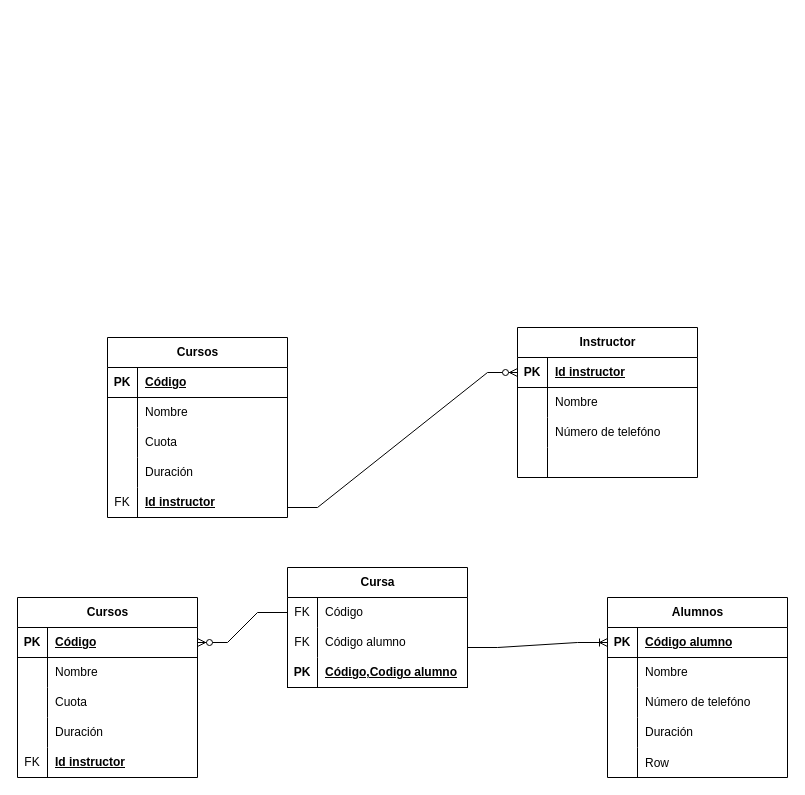
Above: MRej1.drawio in kevinld93/Diagramas (draw.io), before the change. Source tidied: cells renumbered, new cells numbered last; positions are measured from the earlier drawing's top-left corner, leaving out a move shared by most shapes. Both pictures are drawn from the tidied source at 100%, with x=0, y=0 at pixel (17, 327).
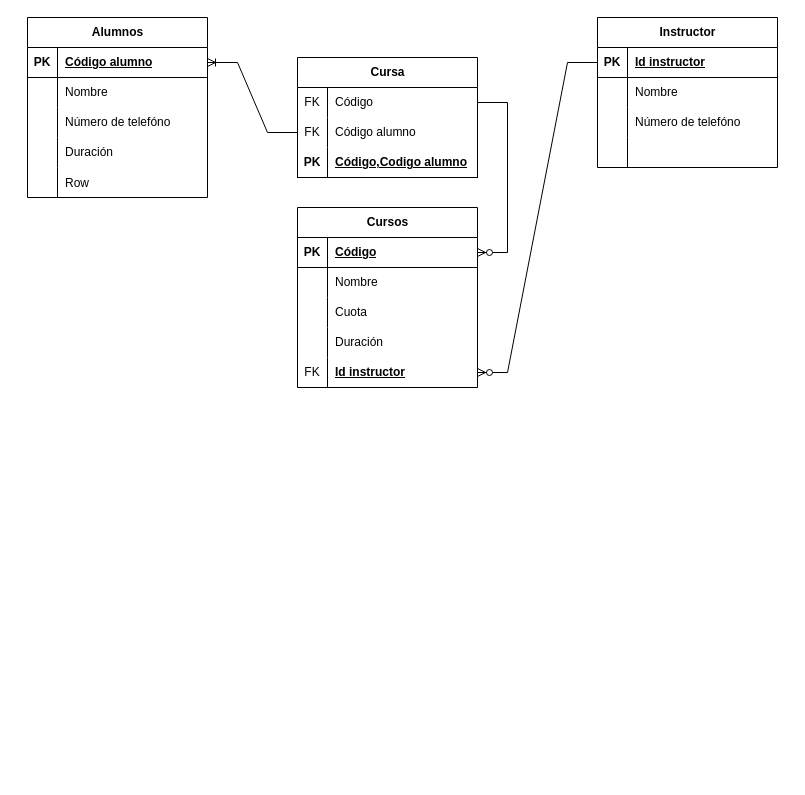
Above is the later version.

The change refers to these unchanged cells:
```xml
<mxCell id="3" style="shape=tableRow;horizontal=0;startSize=0;swimlaneHead=0;swimlaneBody=0;fillColor=none;points=[[0,0.5],[1,0.5]];portConstraint=eastwest;top=0;left=0;right=0;bottom=1;" parent="2" vertex="1">
  <mxGeometry y="30" width="180" height="30" as="geometry" />
</mxCell>
<mxCell id="19" style="shape=tableRow;horizontal=0;startSize=0;swimlaneHead=0;swimlaneBody=0;fillColor=none;points=[[0,0.5],[1,0.5]];portConstraint=eastwest;top=0;left=0;right=0;bottom=1;" parent="18" vertex="1">
  <mxGeometry y="30" width="180" height="30" as="geometry" />
</mxCell>
<mxCell id="32" style="shape=tableRow;horizontal=0;startSize=0;swimlaneHead=0;swimlaneBody=0;fillColor=none;points=[[0,0.5],[1,0.5]];portConstraint=eastwest;top=0;left=0;right=0;bottom=1;" parent="31" vertex="1">
  <mxGeometry y="30" width="180" height="30" as="geometry" />
</mxCell>
<mxCell id="44" style="shape=tableRow;horizontal=0;startSize=0;swimlaneHead=0;swimlaneBody=0;fillColor=none;points=[[0,0.5],[1,0.5]];portConstraint=eastwest;top=0;left=0;right=0;bottom=0;" parent="31" vertex="1">
  <mxGeometry y="150" width="180" height="30" as="geometry" />
</mxCell>
<mxCell id="50" style="shape=tableRow;horizontal=0;startSize=0;swimlaneHead=0;swimlaneBody=0;fillColor=none;points=[[0,0.5],[1,0.5]];portConstraint=eastwest;top=0;left=0;right=0;bottom=0;" parent="49" vertex="1">
  <mxGeometry y="30" width="180" height="30" as="geometry" />
</mxCell>
<mxCell id="53" style="shape=tableRow;horizontal=0;startSize=0;swimlaneHead=0;swimlaneBody=0;fillColor=none;points=[[0,0.5],[1,0.5]];portConstraint=eastwest;top=0;left=0;right=0;bottom=0;" parent="49" vertex="1">
  <mxGeometry y="60" width="180" height="30" as="geometry" />
</mxCell>
```

What changed in the source:
```diff
@@
     <mxCell id="2" value="Alumnos" style="shape=table;startSize=30;childLayout=tableLayout;rowLines=0;fontStyle=1;align=center;html=1;" parent="1" vertex="1">
-      <mxGeometry x="590" y="270" width="180" height="180" as="geometry" />
+      <mxGeometry x="10" y="-310" width="180" height="180" as="geometry" />
     </mxCell>
@@
     <mxCell id="18" value="Instructor" style="shape=table;startSize=30;childLayout=tableLayout;rowLines=0;fontStyle=1;align=center;html=1;" parent="1" vertex="1">
-      <mxGeometry x="500" width="180" height="150" as="geometry" />
+      <mxGeometry x="580" y="-310" width="180" height="150" as="geometry" />
     </mxCell>
@@
     <mxCell id="31" value="Cursos" style="shape=table;startSize=30;childLayout=tableLayout;rowLines=0;fontStyle=1;align=center;html=1;" parent="1" vertex="1">
-      <mxGeometry x="90" y="10" width="180" height="180" as="geometry" />
+      <mxGeometry x="280" y="-120" width="180" height="180" as="geometry" />
     </mxCell>
@@
-    <mxCell id="47" style="edgeStyle=entityRelationEdgeStyle;fontSize=12;html=1;endArrow=ERzeroToMany;endFill=1;rounded=0;entryX=0;entryY=0.5;entryDx=0;entryDy=0;" parent="1" edge="1" target="19">
+    <mxCell id="47" style="edgeStyle=entityRelationEdgeStyle;fontSize=12;html=1;endArrow=ERzeroToMany;endFill=1;rounded=0;exitX=0;exitY=0.5;exitDx=0;exitDy=0;" parent="1" edge="1" source="19" target="44">
       <mxGeometry relative="1" as="geometry">
-        <mxPoint x="270" y="180" as="sourcePoint" />
+        <Array as="points">
+          <mxPoint x="240" y="-5" />
+          <mxPoint x="150" y="-90" />
+        </Array>
       </mxGeometry>
     </mxCell>
     <mxCell id="48" style="shape=tableRow;horizontal=0;startSize=0;swimlaneHead=0;swimlaneBody=0;fillColor=none;top=0;left=0;right=0;bottom=0;" parent="1" vertex="1">
-      <mxGeometry x="70" y="300" width="180" height="30" as="geometry" />
+      <mxGeometry x="80" y="-210" width="180" height="30" as="geometry" />
     </mxCell>
     <mxCell id="49" value="Cursa" style="shape=table;startSize=30;childLayout=tableLayout;rowLines=0;fontStyle=1;align=center;html=1;" parent="1" vertex="1">
-      <mxGeometry x="270" y="240" width="180" height="120" as="geometry" />
+      <mxGeometry x="280" y="-270" width="180" height="120" as="geometry" />
     </mxCell>
@@
-    <mxCell id="59" value="Cursos" style="shape=table;startSize=30;childLayout=tableLayout;rowLines=0;fontStyle=1;align=center;html=1;" parent="1" vertex="1">
-      <mxGeometry y="270" width="180" height="180" as="geometry" />
-    </mxCell>
-    <mxCell id="60" style="shape=tableRow;horizontal=0;startSize=0;swimlaneHead=0;swimlaneBody=0;fillColor=none;points=[[0,0.5],[1,0.5]];portConstraint=eastwest;top=0;left=0;right=0;bottom=1;" parent="59" vertex="1">
-      <mxGeometry y="30" width="180" height="30" as="geometry" />
-    </mxCell>
-    <mxCell id="61" value="PK" style="shape=partialRectangle;fillColor=none;top=0;left=0;bottom=0;right=0;fontStyle=1;overflow=hidden;whiteSpace=wrap;html=1;" parent="60" vertex="1">
-      <mxGeometry width="30" height="30" as="geometry" />
-    </mxCell>
-    <mxCell id="62" value="Código" style="shape=partialRectangle;fillColor=none;top=0;left=0;bottom=0;right=0;align=left;spacingLeft=6;fontStyle=5;overflow=hidden;whiteSpace=wrap;html=1;" parent="60" vertex="1">
-      <mxGeometry x="30" width="150" height="30" as="geometry" />
-    </mxCell>
-    <mxCell id="63" style="shape=tableRow;horizontal=0;startSize=0;swimlaneHead=0;swimlaneBody=0;fillColor=none;top=0;left=0;right=0;bottom=0;" parent="59" vertex="1">
-      <mxGeometry y="60" width="180" height="30" as="geometry" />
-    </mxCell>
-    <mxCell id="64" style="shape=partialRectangle;fillColor=none;top=0;left=0;bottom=0;right=0;overflow=hidden;whiteSpace=wrap;html=1;" parent="63" vertex="1">
-      <mxGeometry width="30" height="30" as="geometry" />
-    </mxCell>
-    <mxCell id="65" value="Nombre" style="shape=partialRectangle;fillColor=none;top=0;left=0;bottom=0;right=0;align=left;spacingLeft=6;overflow=hidden;whiteSpace=wrap;html=1;" parent="63" vertex="1">
-      <mxGeometry x="30" width="150" height="30" as="geometry" />
-    </mxCell>
-    <mxCell id="66" style="shape=tableRow;horizontal=0;startSize=0;swimlaneHead=0;swimlaneBody=0;fillColor=none;top=0;left=0;right=0;bottom=0;" parent="59" vertex="1">
-      <mxGeometry y="90" width="180" height="30" as="geometry" />
-    </mxCell>
-    <mxCell id="67" style="shape=partialRectangle;fillColor=none;top=0;left=0;bottom=0;right=0;overflow=hidden;whiteSpace=wrap;html=1;" parent="66" vertex="1">
-      <mxGeometry width="30" height="30" as="geometry" />
-    </mxCell>
-    <mxCell id="68" value="Cuota" style="shape=partialRectangle;fillColor=none;top=0;left=0;bottom=0;right=0;align=left;spacingLeft=6;overflow=hidden;whiteSpace=wrap;html=1;" parent="66" vertex="1">
-      <mxGeometry x="30" width="150" height="30" as="geometry" />
-    </mxCell>
-    <mxCell id="69" style="shape=tableRow;horizontal=0;startSize=0;swimlaneHead=0;swimlaneBody=0;fillColor=none;top=0;left=0;right=0;bottom=0;" parent="59" vertex="1">
-      <mxGeometry y="120" width="180" height="30" as="geometry" />
-    </mxCell>
-    <mxCell id="70" style="shape=partialRectangle;fillColor=none;top=0;left=0;bottom=0;right=0;overflow=hidden;whiteSpace=wrap;html=1;" parent="69" vertex="1">
-      <mxGeometry width="30" height="30" as="geometry" />
-    </mxCell>
-    <mxCell id="71" value="Duración" style="shape=partialRectangle;fillColor=none;top=0;left=0;bottom=0;right=0;align=left;spacingLeft=6;overflow=hidden;whiteSpace=wrap;html=1;" parent="69" vertex="1">
-      <mxGeometry x="30" width="150" height="30" as="geometry" />
-    </mxCell>
-    <mxCell id="72" style="shape=tableRow;horizontal=0;startSize=0;swimlaneHead=0;swimlaneBody=0;fillColor=none;top=0;left=0;right=0;bottom=0;" parent="59" vertex="1">
-      <mxGeometry y="150" width="180" height="30" as="geometry" />
-    </mxCell>
-    <mxCell id="73" value="FK" style="shape=partialRectangle;fillColor=none;top=0;left=0;bottom=0;right=0;fontStyle=0;overflow=hidden;whiteSpace=wrap;html=1;" parent="72" vertex="1">
-      <mxGeometry width="30" height="30" as="geometry" />
-    </mxCell>
-    <mxCell id="74" value="&lt;span style=&quot;font-weight: 700; text-decoration-line: underline;&quot;&gt;Id instructor&lt;/span&gt;" style="shape=partialRectangle;fillColor=none;top=0;left=0;bottom=0;right=0;align=left;spacingLeft=6;fontStyle=0;overflow=hidden;whiteSpace=wrap;html=1;" parent="72" vertex="1">
-      <mxGeometry x="30" width="150" height="30" as="geometry" />
-    </mxCell>
-    <mxCell id="75" style="edgeStyle=entityRelationEdgeStyle;fontSize=12;html=1;endArrow=ERzeroToMany;endFill=1;rounded=0;entryX=1;entryY=0.5;entryDx=0;entryDy=0;exitX=0;exitY=0.5;exitDx=0;exitDy=0;" parent="1" edge="1" source="50" target="60">
+    <mxCell id="75" style="edgeStyle=entityRelationEdgeStyle;fontSize=12;html=1;endArrow=ERzeroToMany;endFill=1;rounded=0;" parent="1" edge="1" source="50" target="32">
       <mxGeometry relative="1" as="geometry" />
     </mxCell>
-    <mxCell id="76" style="edgeStyle=entityRelationEdgeStyle;fontSize=12;html=1;endArrow=ERoneToMany;rounded=0;entryX=0;entryY=0.5;entryDx=0;entryDy=0;" parent="1" edge="1" target="3">
+    <mxCell id="76" style="edgeStyle=entityRelationEdgeStyle;fontSize=12;html=1;endArrow=ERoneToMany;rounded=0;exitX=0;exitY=0.5;exitDx=0;exitDy=0;entryX=1;entryY=0.5;entryDx=0;entryDy=0;" parent="1" edge="1" source="53" target="3">
       <mxGeometry relative="1" as="geometry">
-        <mxPoint x="450" y="320" as="sourcePoint" />
         <Array as="points">
-          <mxPoint x="520" y="320" />
+          <mxPoint x="80" y="-195" />
         </Array>
       </mxGeometry>
     </mxCell>
```
